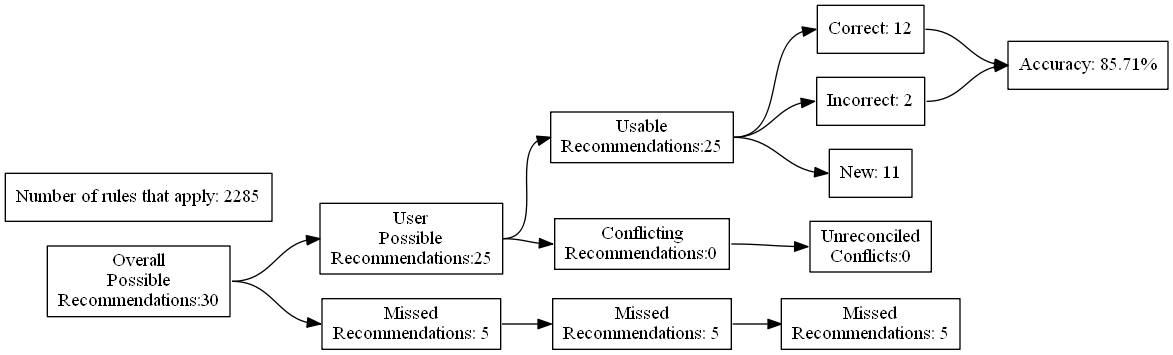
The Graphviz diagram test_renders/15.gv.png in ZaxR/ibd_diet_analysis, before a commit. Its source is kept beside it as test_renders/15.gv.
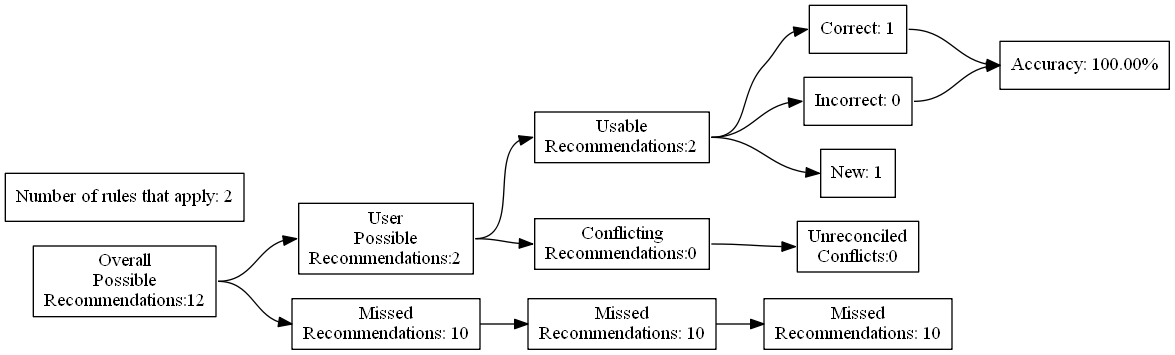
Above is the later version.

The edit, as a diff of the source:
```diff
@@ -4,27 +4,27 @@
 	edge [headport=w tailport=e]
 		A [label="Overall
 Possible
-Recommendations:30"]
+Recommendations:12"]
 		B [label="User
 Possible
-Recommendations:25"]
+Recommendations:2"]
 		C [label="Missed
-Recommendations: 5"]
+Recommendations: 10"]
 		D [label="Usable
-Recommendations:25"]
+Recommendations:2"]
 		E [label="Conflicting
 Recommendations:0"]
 		J [label="Missed
-Recommendations: 5"]
+Recommendations: 10"]
 		M [label="Unreconciled
 Conflicts:0"]
-		F [label="Correct: 12"]
-		G [label="Incorrect: 2"]
-		H [label="New: 11"]
+		F [label="Correct: 1"]
+		G [label="Incorrect: 0"]
+		H [label="New: 1"]
 		K [label="Missed
-Recommendations: 5"]
-		I [label="Accuracy: 85.71%"]
-		l [label="Number of rules that apply: 2285"]
+Recommendations: 10"]
+		I [label="Accuracy: 100.00%"]
+		l [label="Number of rules that apply: 2"]
 			A -> B
 			A -> C
 			B -> D
```
